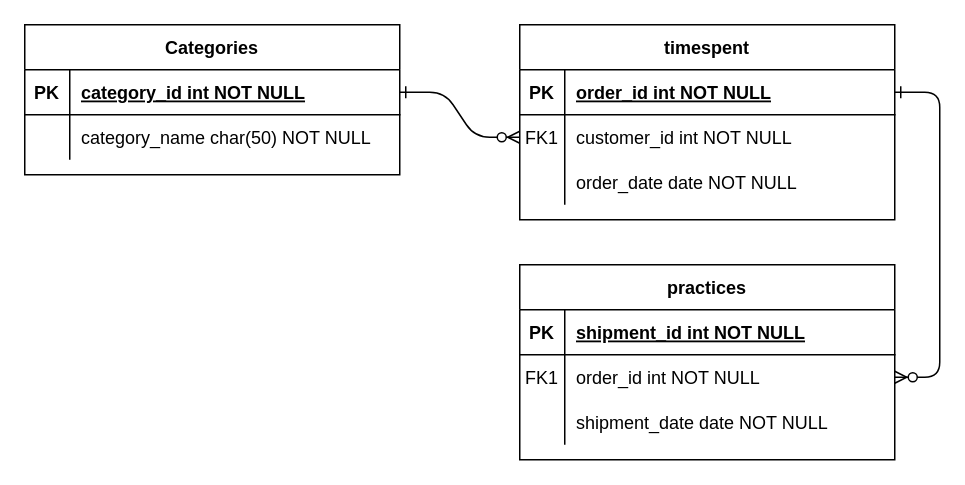
This is 名称未設定ファイル.drawio from namacosansan/ER, a draw.io file, before an edit. Source tidied: cells renumbered, new cells numbered last; positions are measured from the earlier drawing's top-left corner, leaving out a move shared by most shapes. Both pictures are drawn from the tidied source at 150%, with x=0, y=0 at pixel (24, 24).
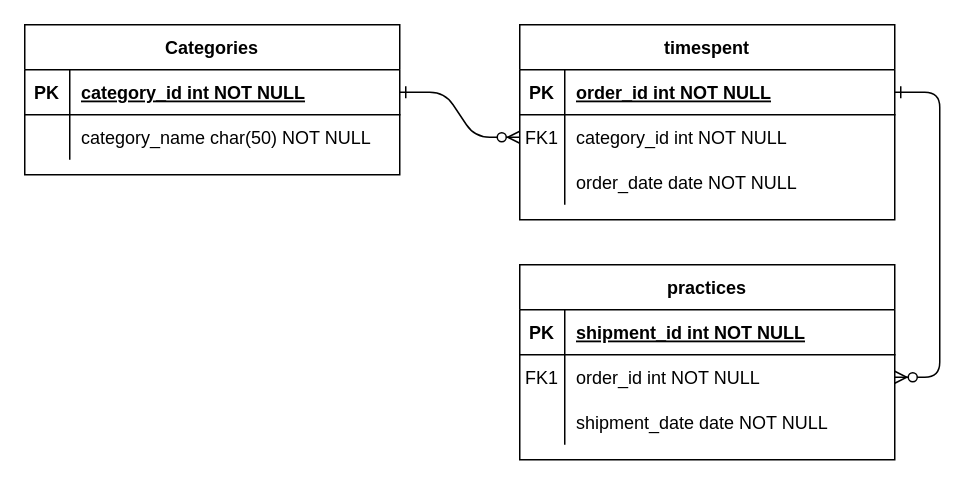
Above is the later version.

Commit message:
名称未設定ファイル.drawio を更新します

Unchanged cells that the change refers to:
```xml
<mxCell id="8" style="shape=partialRectangle;fillColor=none;points=[[0,0.5],[1,0.5]];portConstraint=eastwest;top=0;left=0;right=0;bottom=0;" parent="4" vertex="1">
  <mxGeometry y="60" width="250" height="30" as="geometry" />
</mxCell>
```

Change to the diagram source:
```diff
@@
-    <mxCell id="10" value="customer_id int NOT NULL" style="shape=partialRectangle;overflow=hidden;fillColor=none;top=0;left=0;bottom=0;right=0;align=left;spacingLeft=6;" parent="8" vertex="1">
+    <mxCell id="10" value="category_id int NOT NULL" style="shape=partialRectangle;overflow=hidden;fillColor=none;top=0;left=0;bottom=0;right=0;align=left;spacingLeft=6;" parent="8" vertex="1">
       <mxGeometry x="30" width="220" height="30" as="geometry" />
     </mxCell>
```
